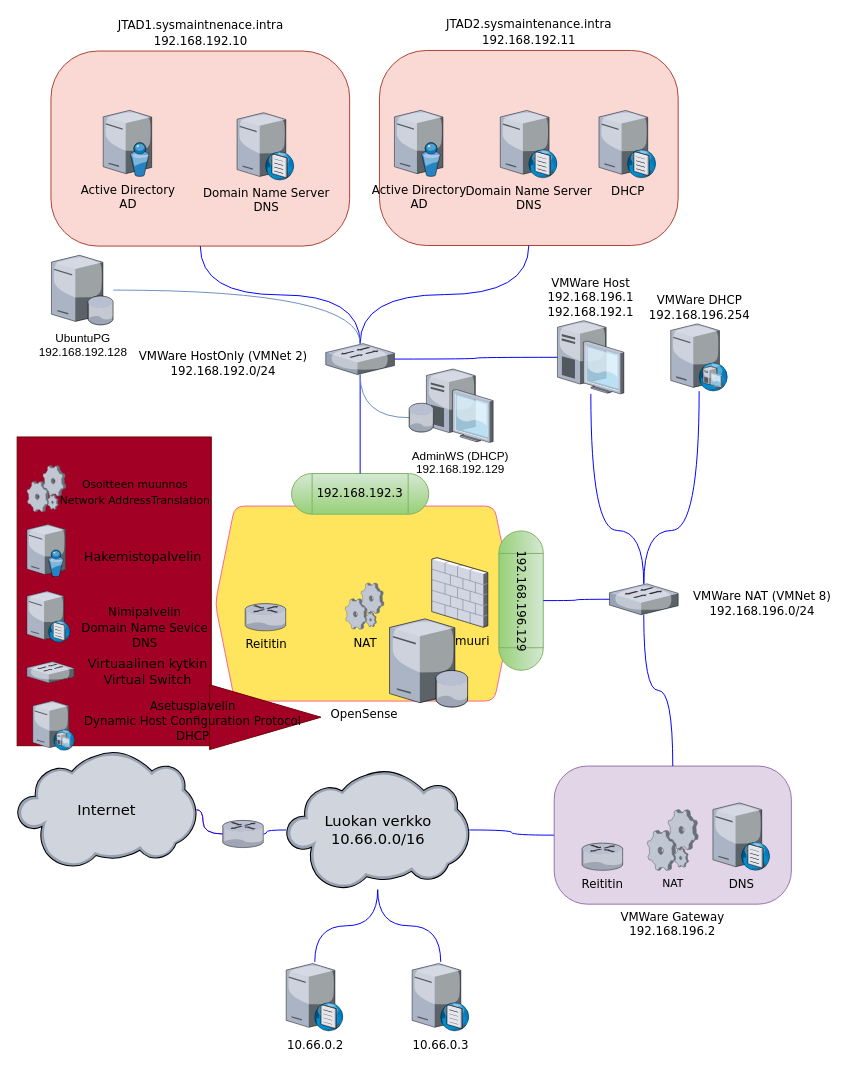
Earlier version of the draw.io diagram docs/pictures/JTVerkko_koko_A4.drawio (MiroPohjankukkaKoulu/JTukiTynnyri). Source tidied: cells renumbered, new cells numbered last; positions are measured from the earlier drawing's top-left corner, leaving out a move shared by most shapes. Both pictures are drawn from the tidied source at 98%, with x=0, y=0 at pixel (17, 50).
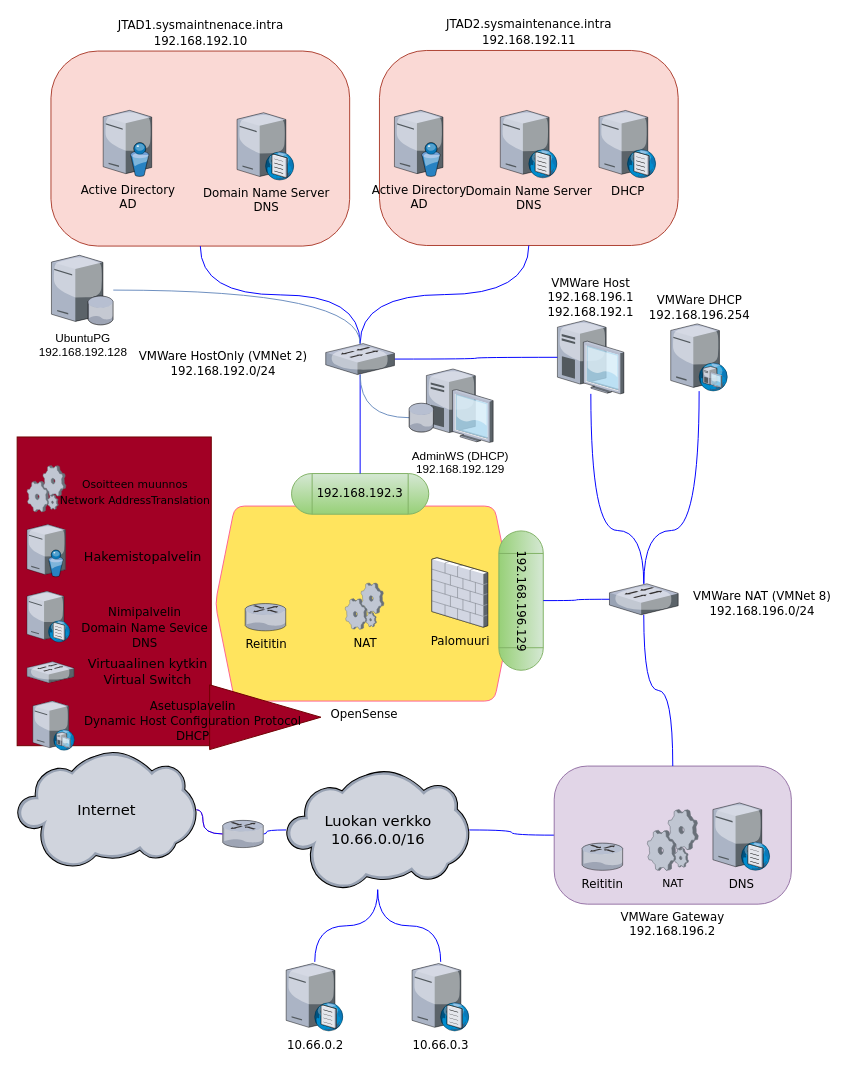
The same diagram, later.

Change to the diagram source:
```diff
@@
-    <mxCell id="67" style="verticalLabelPosition=bottom;sketch=0;html=1;verticalAlign=top;strokeColor=none;align=center;shape=mxgraph.citrix.database_server;" parent="1" vertex="1">
-      <mxGeometry x="380" y="580" width="80" height="90" as="geometry" />
-    </mxCell>
```
